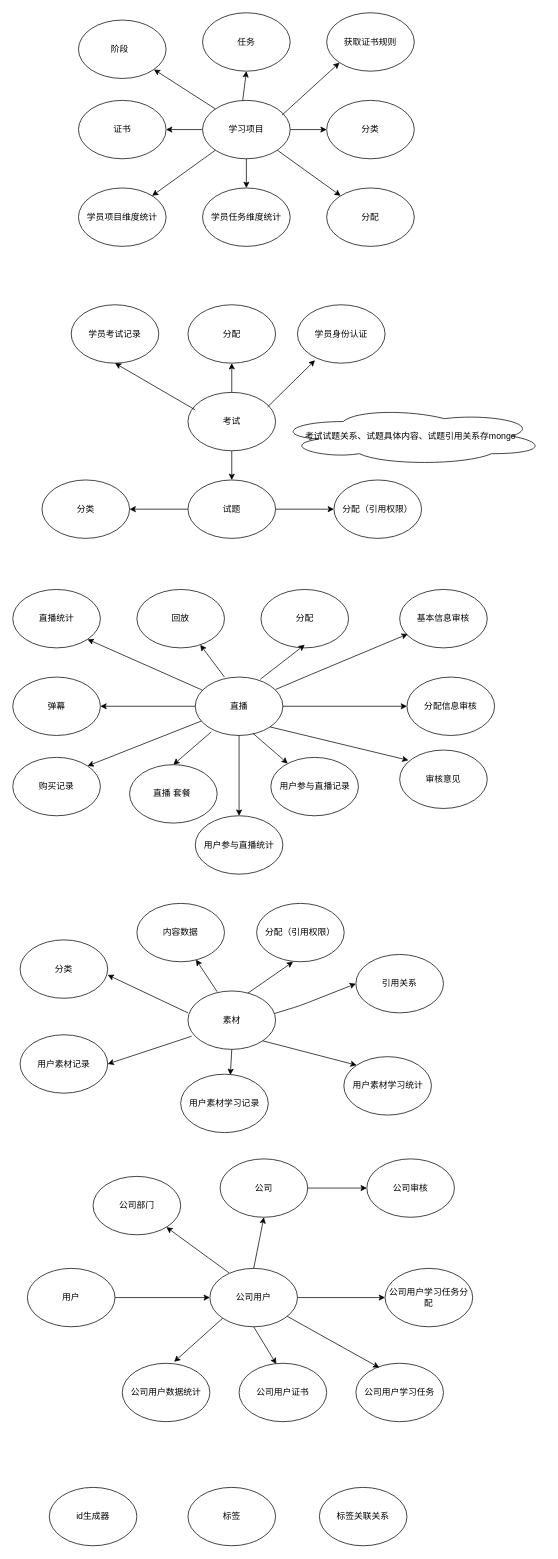
Before: 学习项目模块表关系.drawio in MAXAmbitious/designer, a draw.io diagram. Source tidied: cells renumbered, new cells numbered last; positions are measured from the earlier drawing's top-left corner, leaving out a move shared by most shapes. Both pictures are drawn from the tidied source at 73%, with x=0, y=0 at pixel (12, 12).
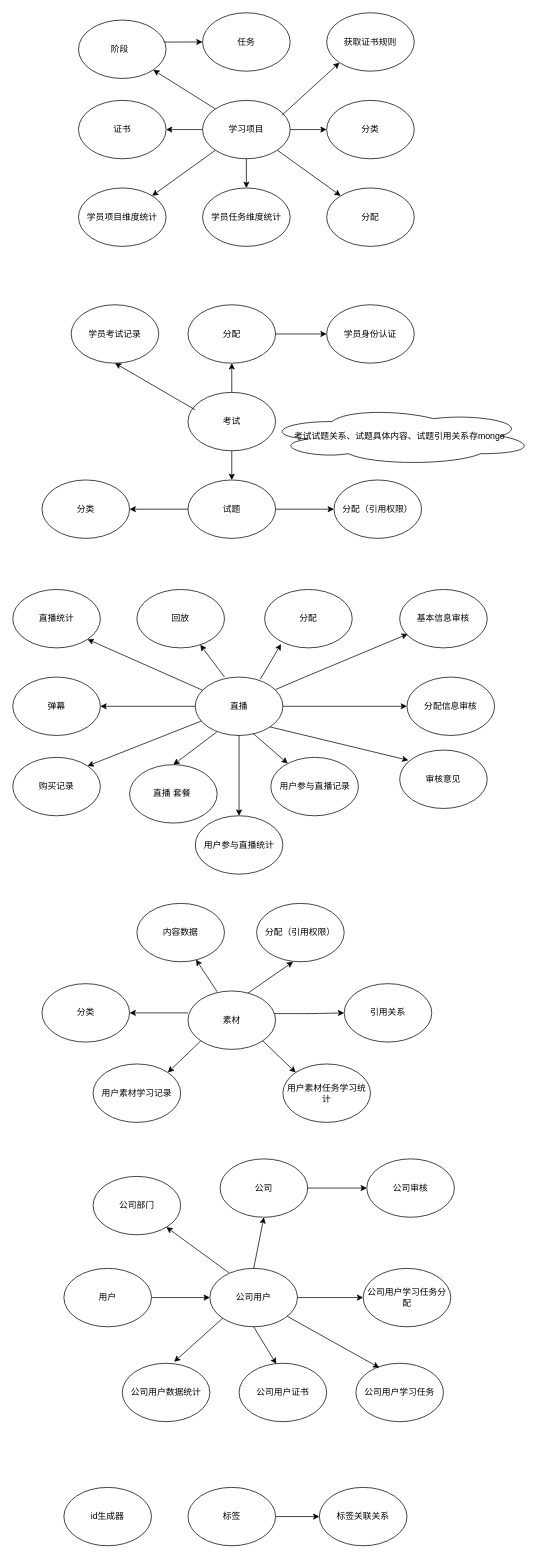
The same page after the edit.

Commit message:
Update 学习项目模块表关系.drawio

Unchanged cells that the change refers to:
```xml
<mxCell id="3" value="学习项目" style="ellipse;whiteSpace=wrap;html=1;" parent="1" vertex="1">
  <mxGeometry x="260" y="120" width="120" height="80" as="geometry" />
</mxCell>
<mxCell id="4" value="阶段&amp;nbsp;&amp;nbsp;" style="ellipse;whiteSpace=wrap;html=1;" parent="1" vertex="1">
  <mxGeometry x="90" y="10" width="120" height="80" as="geometry" />
</mxCell>
<mxCell id="5" value="任务" style="ellipse;whiteSpace=wrap;html=1;" parent="1" vertex="1">
  <mxGeometry x="260" width="120" height="80" as="geometry" />
</mxCell>
<mxCell id="23" value="分配" style="ellipse;whiteSpace=wrap;html=1;" parent="1" vertex="1">
  <mxGeometry x="240" y="400" width="120" height="80" as="geometry" />
</mxCell>
<mxCell id="34" value="直播" style="ellipse;whiteSpace=wrap;html=1;" parent="1" vertex="1">
  <mxGeometry x="250" y="910" width="120" height="80" as="geometry" />
</mxCell>
<mxCell id="44" value="直播 套餐&amp;nbsp;" style="ellipse;whiteSpace=wrap;html=1;" parent="1" vertex="1">
  <mxGeometry x="160" y="1030" width="120" height="80" as="geometry" />
</mxCell>
<mxCell id="56" value="素材" style="ellipse;whiteSpace=wrap;html=1;" parent="1" vertex="1">
  <mxGeometry x="240" y="1340" width="120" height="80" as="geometry" />
</mxCell>
<mxCell id="89" value="标签" style="ellipse;whiteSpace=wrap;html=1;" parent="1" vertex="1">
  <mxGeometry x="240" y="2020" width="120" height="80" as="geometry" />
</mxCell>
<mxCell id="90" value="标签关联关系" style="ellipse;whiteSpace=wrap;html=1;" parent="1" vertex="1">
  <mxGeometry x="420" y="2020" width="120" height="80" as="geometry" />
</mxCell>
```

What changed in the source:
```diff
@@
-    <mxCell id="13" style="endArrow=classic;html=1;entryX=0.5;entryY=1;entryDx=0;entryDy=0;" parent="1" edge="1" target="5">
-      <mxGeometry relative="1" as="geometry">
-        <mxPoint x="315" y="120" as="sourcePoint" />
-      </mxGeometry>
+    <mxCell id="13" style="endArrow=classic;html=1;entryX=0;entryY=0.5;entryDx=0;entryDy=0;exitX=0.974;exitY=0.377;exitDx=0;exitDy=0;exitPerimeter=0;" parent="1" edge="1" source="4" target="5">
+      <mxGeometry relative="1" as="geometry" />
     </mxCell>
-    <mxCell id="14" style="endArrow=classic;html=1;exitX=0;exitY=0;exitDx=0;exitDy=0;" parent="1" edge="1" source="3" target="4">
+    <mxCell id="14" style="endArrow=classic;html=1;exitX=0;exitY=0;exitDx=0;exitDy=0;entryX=1;entryY=1;entryDx=0;entryDy=0;" parent="1" edge="1" source="3" target="4">
       <mxGeometry relative="1" as="geometry" />
     </mxCell>
@@
     <mxCell id="24" value="学员身份认证" style="ellipse;whiteSpace=wrap;html=1;" parent="1" vertex="1">
-      <mxGeometry x="390" y="400" width="120" height="80" as="geometry" />
+      <mxGeometry x="430" y="400" width="120" height="80" as="geometry" />
     </mxCell>
-    <mxCell id="25" style="endArrow=classic;html=1;entryX=0.2;entryY=0.95;entryDx=0;entryDy=0;entryPerimeter=0;" parent="1" edge="1" target="24">
-      <mxGeometry relative="1" as="geometry">
-        <mxPoint x="349" y="540" as="sourcePoint" />
-      </mxGeometry>
+    <mxCell id="25" style="endArrow=classic;html=1;entryX=0;entryY=0.5;entryDx=0;entryDy=0;exitX=1;exitY=0.5;exitDx=0;exitDy=0;" parent="1" edge="1" source="23" target="24">
+      <mxGeometry relative="1" as="geometry" />
     </mxCell>
@@
     <mxCell id="32" value="考试试题关系、试题具体内容、试题引用关系存mongo" style="ellipse;shape=cloud;whiteSpace=wrap;html=1;" parent="1" vertex="1">
-      <mxGeometry x="360" y="540" width="370" height="80" as="geometry" />
+      <mxGeometry x="345" y="540" width="370" height="80" as="geometry" />
     </mxCell>
@@
     <mxCell id="38" value="分配" style="ellipse;whiteSpace=wrap;html=1;" parent="1" vertex="1">
-      <mxGeometry x="340" y="790" width="120" height="80" as="geometry" />
+      <mxGeometry x="345" y="790" width="120" height="80" as="geometry" />
     </mxCell>
@@
-    <mxCell id="48" style="endArrow=classic;html=1;exitX=0.742;exitY=0.038;exitDx=0;exitDy=0;exitPerimeter=0;" parent="1" edge="1" source="34">
-      <mxGeometry relative="1" as="geometry">
-        <mxPoint x="400" y="865.8" as="targetPoint" />
-      </mxGeometry>
+    <mxCell id="48" style="endArrow=classic;html=1;exitX=0.742;exitY=0.038;exitDx=0;exitDy=0;exitPerimeter=0;entryX=0.187;entryY=0.934;entryDx=0;entryDy=0;entryPerimeter=0;" parent="1" edge="1" source="34" target="38">
+      <mxGeometry relative="1" as="geometry" />
     </mxCell>
@@
-    <mxCell id="52" style="endArrow=classic;html=1;entryX=0.5;entryY=0;entryDx=0;entryDy=0;exitX=0.183;exitY=0.938;exitDx=0;exitDy=0;exitPerimeter=0;" parent="1" edge="1" source="34" target="44">
+    <mxCell id="52" style="endArrow=classic;html=1;entryX=0.5;entryY=0;entryDx=0;entryDy=0;exitX=0.245;exitY=0.941;exitDx=0;exitDy=0;exitPerimeter=0;" parent="1" edge="1" source="34" target="44">
       <mxGeometry relative="1" as="geometry" />
     </mxCell>
@@
     <mxCell id="57" value="分类" style="ellipse;whiteSpace=wrap;html=1;" parent="1" vertex="1">
-      <mxGeometry x="10" y="1270" width="120" height="80" as="geometry" />
+      <mxGeometry x="40" y="1330" width="120" height="80" as="geometry" />
     </mxCell>
@@
     <mxCell id="60" value="引用关系" style="ellipse;whiteSpace=wrap;html=1;" parent="1" vertex="1">
-      <mxGeometry x="470" y="1290" width="120" height="80" as="geometry" />
+      <mxGeometry x="454" y="1330" width="120" height="80" as="geometry" />
     </mxCell>
-    <mxCell id="61" value="用户素材记录" style="ellipse;whiteSpace=wrap;html=1;" parent="1" vertex="1">
-      <mxGeometry x="10" y="1400" width="120" height="80" as="geometry" />
-    </mxCell>
-    <mxCell id="62" value="用户素材学习统计" style="ellipse;whiteSpace=wrap;html=1;" parent="1" vertex="1">
-      <mxGeometry x="453.5" y="1430" width="120" height="80" as="geometry" />
+    <mxCell id="62" value="用户素材任务学习统计" style="ellipse;whiteSpace=wrap;html=1;" parent="1" vertex="1">
+      <mxGeometry x="370" y="1440" width="120" height="80" as="geometry" />
     </mxCell>
     <mxCell id="63" value="用户素材学习记录" style="ellipse;whiteSpace=wrap;html=1;" parent="1" vertex="1">
-      <mxGeometry x="230" y="1454" width="120" height="80" as="geometry" />
+      <mxGeometry x="110" y="1440" width="120" height="80" as="geometry" />
     </mxCell>
@@
     <mxCell id="65" style="endArrow=classic;html=1;entryX=0;entryY=0.5;entryDx=0;entryDy=0;exitX=0.983;exitY=0.388;exitDx=0;exitDy=0;exitPerimeter=0;" parent="1" edge="1" source="56" target="60">
       <mxGeometry relative="1" as="geometry">
         <Array as="points">
-          <mxPoint x="394" y="1360" />
+          <mxPoint x="410" y="1371" />
         </Array>
       </mxGeometry>
     </mxCell>
@@
-    <mxCell id="68" style="endArrow=classic;html=1;entryX=1;entryY=0.6;entryDx=0;entryDy=0;entryPerimeter=0;" parent="1" edge="1" target="57">
+    <mxCell id="68" style="endArrow=classic;html=1;" parent="1" edge="1" target="57">
       <mxGeometry relative="1" as="geometry">
         <mxPoint x="240" y="1370" as="sourcePoint" />
       </mxGeometry>
     </mxCell>
-    <mxCell id="69" style="endArrow=classic;html=1;entryX=1;entryY=0.5;entryDx=0;entryDy=0;exitX=0.042;exitY=0.775;exitDx=0;exitDy=0;exitPerimeter=0;" parent="1" edge="1" source="56" target="61">
-      <mxGeometry relative="1" as="geometry" />
-    </mxCell>
-    <mxCell id="70" style="endArrow=classic;html=1;entryX=0.567;entryY=0.013;entryDx=0;entryDy=0;entryPerimeter=0;exitX=0.5;exitY=1;exitDx=0;exitDy=0;" parent="1" edge="1" source="56" target="63">
+    <mxCell id="70" style="endArrow=classic;html=1;entryX=1;entryY=0;entryDx=0;entryDy=0;exitX=0;exitY=1;exitDx=0;exitDy=0;" parent="1" edge="1" source="56" target="63">
       <mxGeometry relative="1" as="geometry" />
     </mxCell>
@@
     <mxCell id="72" value="用户" style="ellipse;whiteSpace=wrap;html=1;" parent="1" vertex="1">
-      <mxGeometry x="20" y="1720" width="120" height="80" as="geometry" />
+      <mxGeometry x="70" y="1720" width="120" height="80" as="geometry" />
     </mxCell>
@@
     <mxCell id="79" value="公司用户学习任务分配" style="ellipse;whiteSpace=wrap;html=1;" parent="1" vertex="1">
-      <mxGeometry x="510" y="1720" width="120" height="80" as="geometry" />
+      <mxGeometry x="480" y="1720" width="120" height="80" as="geometry" />
     </mxCell>
@@
     <mxCell id="88" value="id生成器" style="ellipse;whiteSpace=wrap;html=1;" parent="1" vertex="1">
-      <mxGeometry x="50" y="2020" width="120" height="80" as="geometry" />
+      <mxGeometry x="70" y="2020" width="120" height="80" as="geometry" />
     </mxCell>
+    <mxCell id="91" style="edgeStyle=orthogonalEdgeStyle;rounded=0;jettySize=auto;html=1;" parent="1" edge="1" source="89" target="90">
+      <mxGeometry relative="1" as="geometry" />
+    </mxCell>
```
